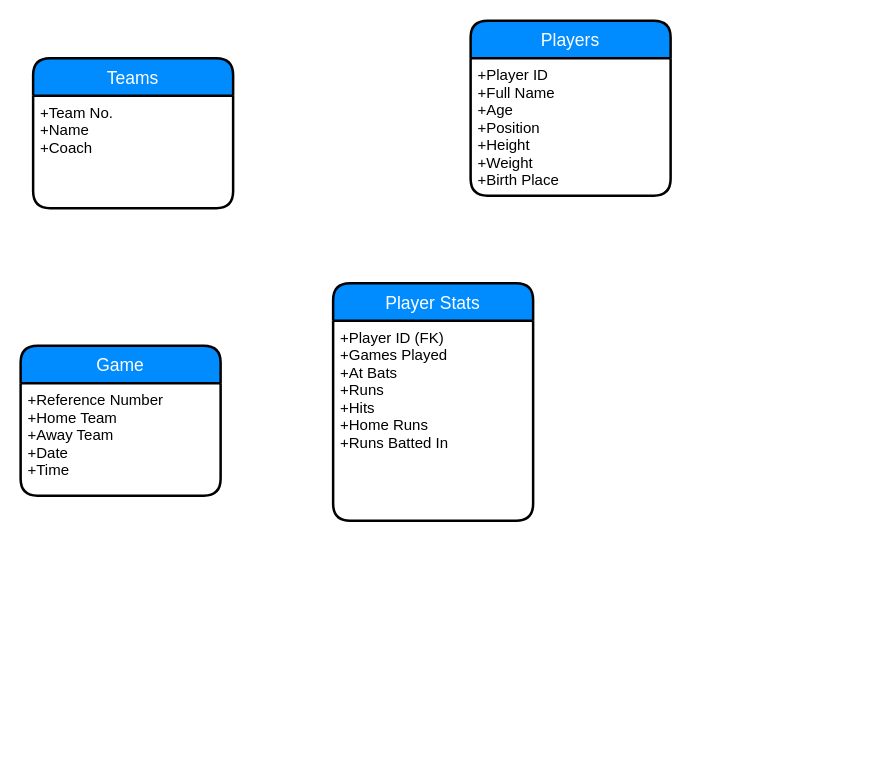
Above: entity.drawio in ilara2/mlb-database (draw.io), before the change. Source tidied: cells renumbered, new cells numbered last; positions are measured from the earlier drawing's top-left corner, leaving out a move shared by most shapes. Both pictures are drawn from the tidied source at 125%, with x=0, y=0 at pixel (20, 20).
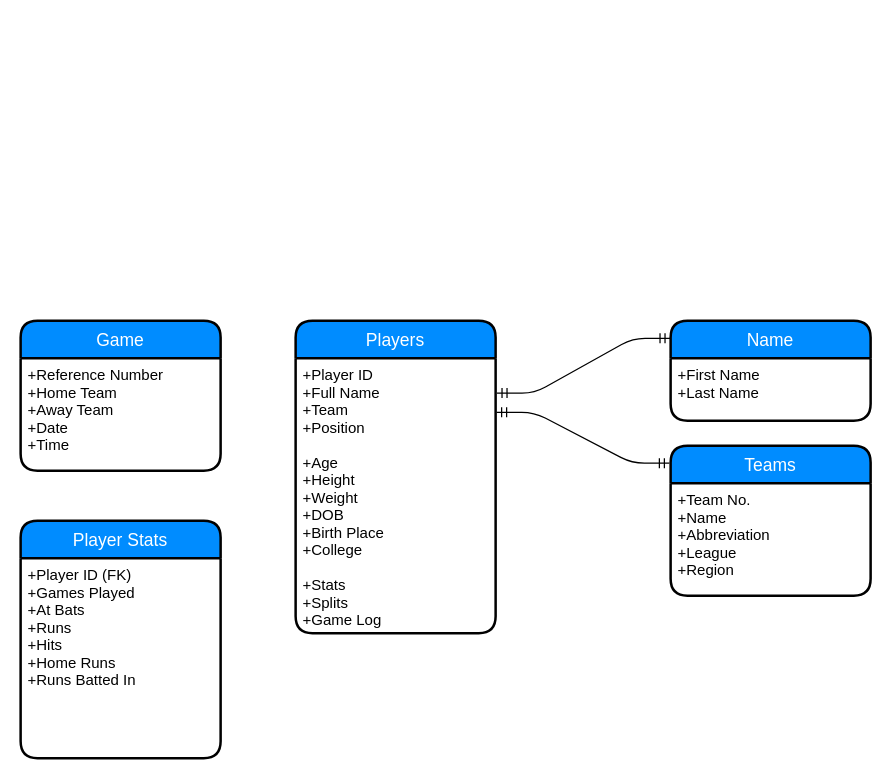
Above is the later version.

Change to the diagram source:
```diff
@@
 <mxGraphModel>
   <root>
     <mxCell id="0" />
     <mxCell id="1" parent="0" />
     <mxCell id="2" value="Players" style="swimlane;horizontal=1;startSize=30;fillColor=#008cff;fontColor=#FFFFFF;rounded=1;fontSize=14;fontStyle=0;strokeWidth=2;shadow=0;dashed=0;align=center;" parent="1" vertex="1">
-      <mxGeometry x="360" width="160" height="140" as="geometry" />
+      <mxGeometry x="220" y="240" width="160" height="250" as="geometry" />
     </mxCell>
-    <mxCell id="3" value="+Player ID&#10;+Full Name&#10;+Age&#10;+Position&#10;+Height&#10;+Weight&#10;+Birth Place" style="align=left;strokeColor=none;fillColor=none;spacingLeft=4;fontSize=12;verticalAlign=top;" parent="2" vertex="1">
-      <mxGeometry y="30" width="160" height="110" as="geometry" />
+    <mxCell id="3" value="+Player ID&#10;+Full Name&#10;+Team&#10;+Position&#10;&#10;+Age&#10;+Height&#10;+Weight&#10;+DOB&#10;+Birth Place&#10;+College&#10;&#10;+Stats&#10;+Splits&#10;+Game Log" style="align=left;strokeColor=none;fillColor=none;spacingLeft=4;fontSize=12;verticalAlign=top;" parent="2" vertex="1">
+      <mxGeometry y="30" width="160" height="220" as="geometry" />
     </mxCell>
     <mxCell id="4" value="Teams" style="swimlane;horizontal=1;startSize=30;fillColor=#008cff;fontColor=#FFFFFF;rounded=1;fontSize=14;fontStyle=0;strokeWidth=2;shadow=0;dashed=0;align=center;" parent="1" vertex="1">
-      <mxGeometry x="10" y="30" width="160" height="120" as="geometry" />
+      <mxGeometry x="520" y="340" width="160" height="120" as="geometry" />
     </mxCell>
-    <mxCell id="5" value="+Team No.&#10;+Name&#10;+Coach" style="align=left;strokeColor=none;fillColor=none;spacingLeft=4;fontSize=12;verticalAlign=top;" parent="4" vertex="1">
+    <mxCell id="5" value="+Team No.&#10;+Name&#10;+Abbreviation&#10;+League&#10;+Region" style="align=left;strokeColor=none;fillColor=none;spacingLeft=4;fontSize=12;verticalAlign=top;" parent="4" vertex="1">
       <mxGeometry y="30" width="160" height="90" as="geometry" />
     </mxCell>
     <mxCell id="6" value="Player Stats" style="swimlane;horizontal=1;startSize=30;fillColor=#008cff;fontColor=#FFFFFF;rounded=1;fontSize=14;fontStyle=0;strokeWidth=2;shadow=0;dashed=0;align=center;" parent="1" vertex="1">
-      <mxGeometry x="250" y="210" width="160" height="190" as="geometry" />
+      <mxGeometry y="400" width="160" height="190" as="geometry" />
     </mxCell>
     <mxCell id="7" value="+Player ID (FK)&#10;+Games Played&#10;+At Bats&#10;+Runs&#10;+Hits&#10;+Home Runs&#10;+Runs Batted In" style="align=left;strokeColor=none;fillColor=none;spacingLeft=4;fontSize=12;verticalAlign=top;" parent="6" vertex="1">
       <mxGeometry y="30" width="160" height="160" as="geometry" />
     </mxCell>
     <mxCell id="8" value="Game" style="swimlane;horizontal=1;startSize=30;fillColor=#008cff;fontColor=#FFFFFF;rounded=1;fontSize=14;fontStyle=0;strokeWidth=2;shadow=0;dashed=0;align=center;" parent="1" vertex="1">
-      <mxGeometry y="260" width="160" height="120" as="geometry" />
+      <mxGeometry y="240" width="160" height="120" as="geometry" />
     </mxCell>
     <mxCell id="9" value="+Reference Number&#10;+Home Team&#10;+Away Team&#10;+Date&#10;+Time" style="align=left;strokeColor=none;fillColor=none;spacingLeft=4;fontSize=12;verticalAlign=top;" parent="8" vertex="1">
       <mxGeometry y="30" width="160" height="90" as="geometry" />
     </mxCell>
+    <mxCell id="10" value="Name" style="swimlane;horizontal=1;startSize=30;fillColor=#008cff;fontColor=#FFFFFF;rounded=1;fontSize=14;fontStyle=0;strokeWidth=2;shadow=0;dashed=0;align=center;" parent="1" vertex="1">
+      <mxGeometry x="520" y="240" width="160" height="80" as="geometry" />
+    </mxCell>
+    <mxCell id="11" value="+First Name&#10;+Last Name" style="align=left;strokeColor=none;fillColor=none;spacingLeft=4;fontSize=12;verticalAlign=top;" parent="10" vertex="1">
+      <mxGeometry y="30" width="160" height="50" as="geometry" />
+    </mxCell>
+    <mxCell id="12" style="edgeStyle=entityRelationEdgeStyle;fontSize=12;html=1;endArrow=ERmandOne;startArrow=ERmandOne;entryX=-0.003;entryY=0.177;entryDx=0;entryDy=0;entryPerimeter=0;exitX=1.007;exitY=0.127;exitDx=0;exitDy=0;exitPerimeter=0;" parent="1" edge="1" source="3" target="10">
+      <mxGeometry relative="1" as="geometry" />
+    </mxCell>
+    <mxCell id="13" style="edgeStyle=entityRelationEdgeStyle;fontSize=12;html=1;endArrow=ERmandOne;startArrow=ERmandOne;exitX=1.005;exitY=0.197;exitDx=0;exitDy=0;exitPerimeter=0;" parent="1" edge="1" source="3">
+      <mxGeometry relative="1" as="geometry">
+        <mxPoint x="519" y="354" as="targetPoint" />
+      </mxGeometry>
+    </mxCell>
   </root>
 </mxGraphModel>
```
